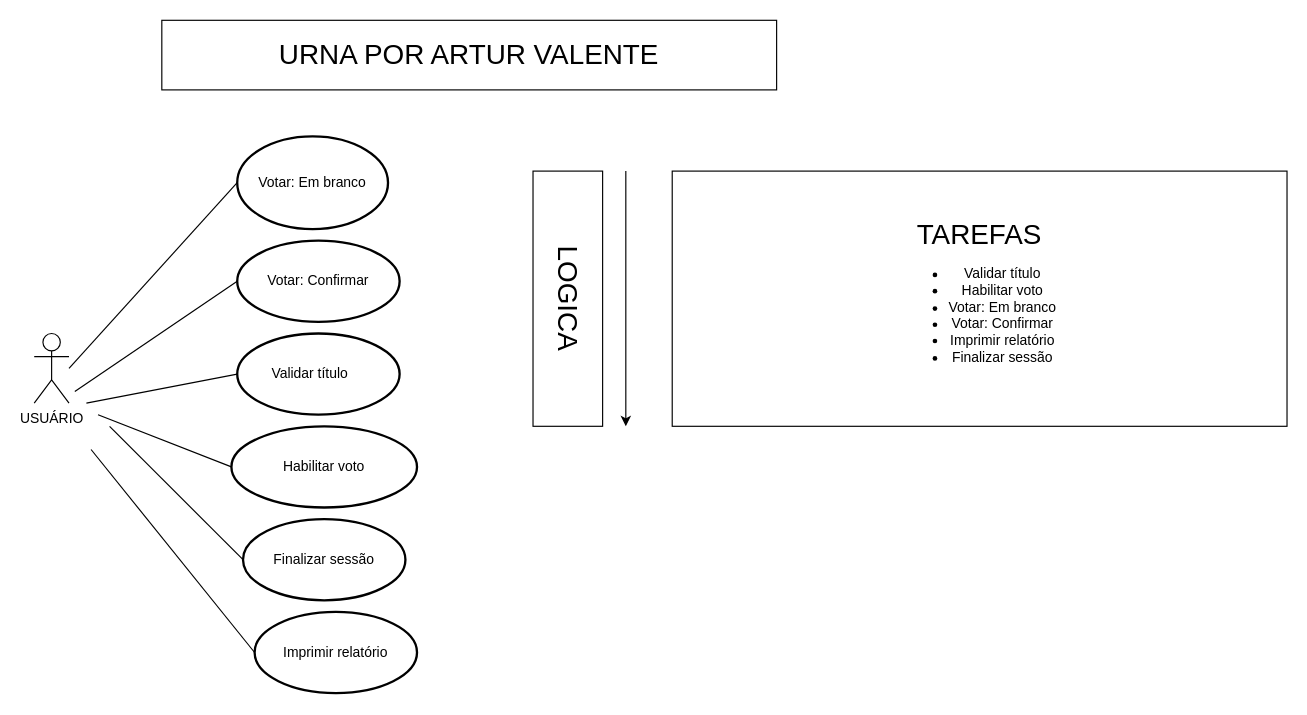
Above: urna].drawio in Valentethedev/Diagramas-drawio (draw.io), before the change. Source tidied: cells renumbered, new cells numbered last; positions are measured from the earlier drawing's top-left corner, leaving out a move shared by most shapes. Both pictures are drawn from the tidied source at 116%, with x=0, y=0 at pixel (34, 20).
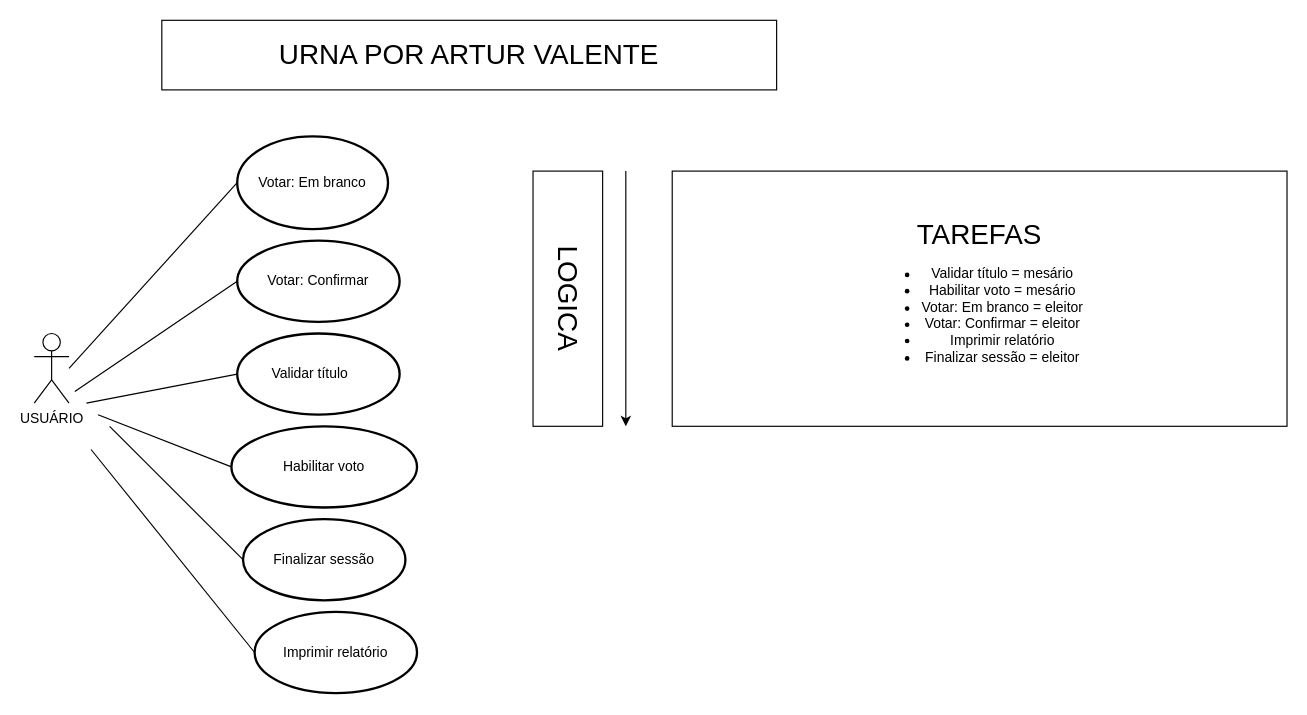
Above is the later version.

The edit, as a diff of the source:
```diff
@@
-    <mxCell id="3" value="&lt;div style=&quot;&quot;&gt;&lt;span style=&quot;font-size: 24px;&quot;&gt;TAREFAS&lt;/span&gt;&lt;/div&gt;&lt;div style=&quot;&quot;&gt;&lt;ul&gt;&lt;li&gt;Validar título&lt;/li&gt;&lt;li&gt;Habilitar voto&lt;/li&gt;&lt;li&gt;Votar: Em branco&lt;/li&gt;&lt;li&gt;Votar: Confirmar&lt;/li&gt;&lt;li&gt;Imprimir relatório&lt;/li&gt;&lt;li&gt;Finalizar sessão&lt;/li&gt;&lt;/ul&gt;&lt;/div&gt;" style="rounded=0;whiteSpace=wrap;html=1;" parent="1" vertex="1">
+    <mxCell id="3" value="&lt;div style=&quot;&quot;&gt;&lt;span style=&quot;font-size: 24px;&quot;&gt;TAREFAS&lt;/span&gt;&lt;/div&gt;&lt;div style=&quot;&quot;&gt;&lt;ul&gt;&lt;li&gt;Validar título = mesário&lt;/li&gt;&lt;li&gt;Habilitar voto = mesário&lt;/li&gt;&lt;li&gt;Votar: Em branco = eleitor&lt;/li&gt;&lt;li&gt;Votar: Confirmar = eleitor&lt;/li&gt;&lt;li&gt;Imprimir relatório&lt;/li&gt;&lt;li&gt;Finalizar sessão = eleitor&lt;/li&gt;&lt;/ul&gt;&lt;/div&gt;" style="rounded=0;whiteSpace=wrap;html=1;" parent="1" vertex="1">
       <mxGeometry x="550" y="130" width="530" height="220" as="geometry" />
     </mxCell>
```
